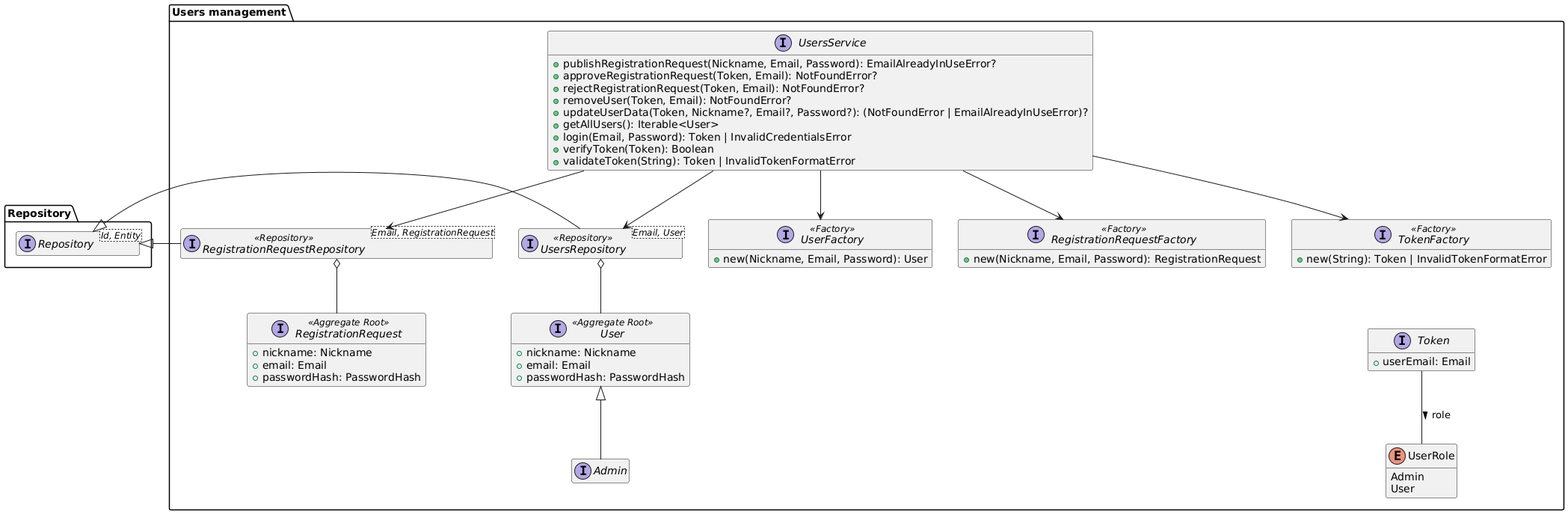
Before: diagrams/generated/users-management-domain-model.png, a diagram exported from PlantUML (DomoticASW/.github).
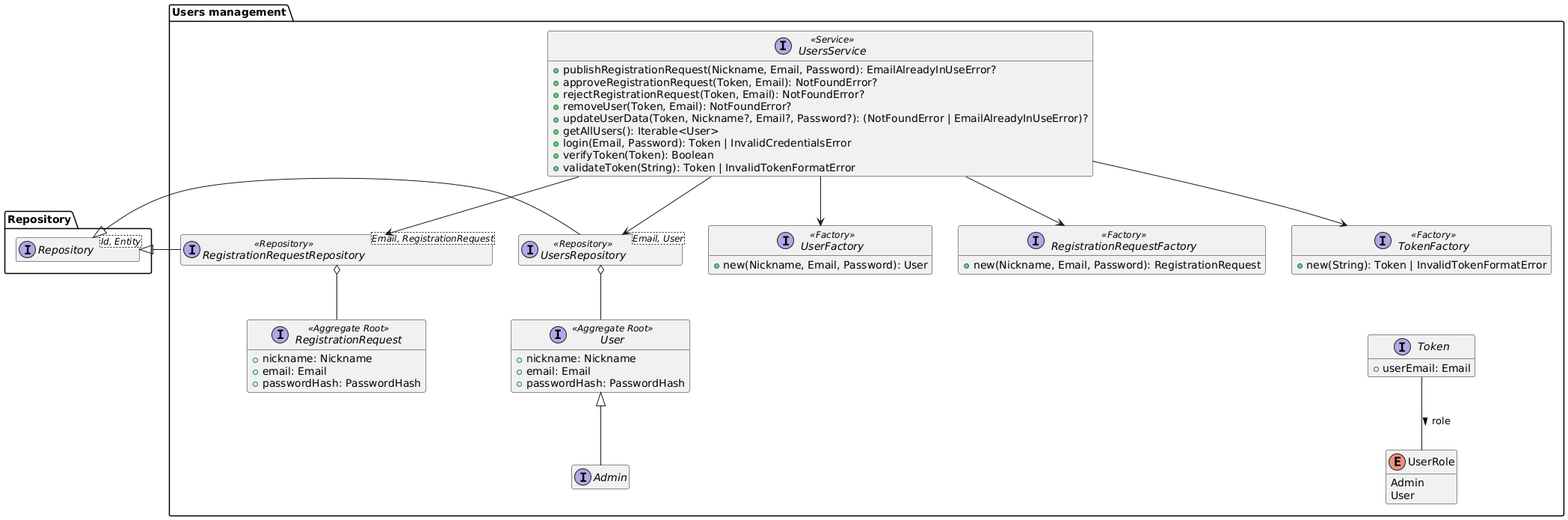
After the commit.

Commit message:
add uml ddd stereotypes

Diff of the diagram source:
```diff
@@ -28,7 +28,7 @@
     }
     Token -- UserRole : "role >"
 
-    interface UsersService {
+    interface UsersService <<Service>> {
         + publishRegistrationRequest(Nickname, Email, Password): EmailAlreadyInUseError?
         + approveRegistrationRequest(Token, Email): NotFoundError?
         + rejectRegistrationRequest(Token, Email): NotFoundError?
```
